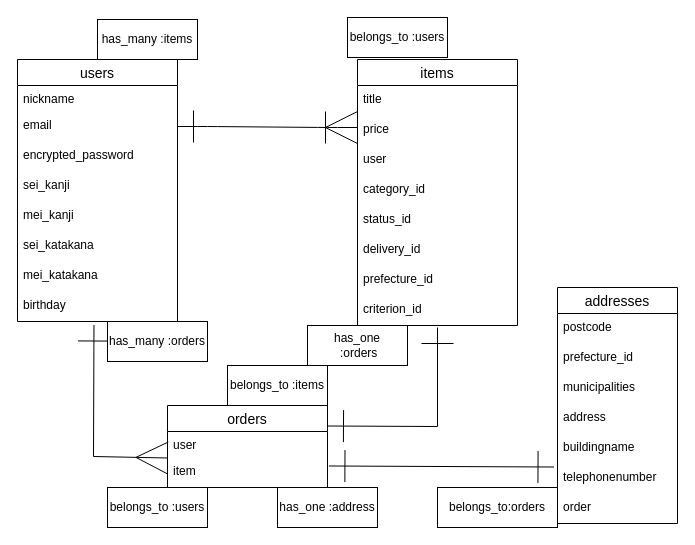
This is test.dio from codegiter1018/furima-38614, a draw.io file, before an edit. Source tidied: cells renumbered, new cells numbered last; positions are measured from the earlier drawing's top-left corner, leaving out a move shared by most shapes. Both pictures are drawn from the tidied source at 100%, with x=0, y=0 at pixel (17, 17).
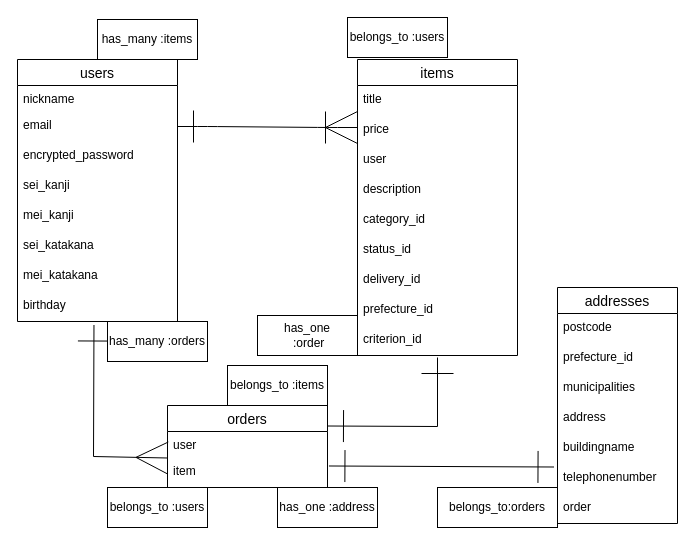
The same diagram, later.

Commit message (it also covers changes not shown here):
データベース設計修正6

The change refers to these unchanged cells:
```xml
<mxCell id="23" value="orders" style="swimlane;fontStyle=0;horizontal=1;startSize=26;align=center;fontSize=14;" parent="1" vertex="1">
  <mxGeometry x="150" y="388" width="160" height="82" as="geometry" />
</mxCell>
```

The edit, as a diff of the source:
```diff
@@
     <mxCell id="11" value="items" style="swimlane;fontStyle=0;horizontal=1;startSize=26;align=center;fontSize=14;" parent="1" vertex="1">
-      <mxGeometry x="340" y="42" width="160" height="266" as="geometry" />
+      <mxGeometry x="340" y="42" width="160" height="296" as="geometry" />
     </mxCell>
@@
+    <mxCell id="43" value="description" style="text;strokeColor=none;fillColor=none;spacingLeft=4;spacingRight=4;overflow=hidden;fontSize=12;" parent="11" vertex="1">
+      <mxGeometry y="116" width="160" height="30" as="geometry" />
+    </mxCell>
     <mxCell id="15" value="category_id" style="text;strokeColor=none;fillColor=none;spacingLeft=4;spacingRight=4;overflow=hidden;fontSize=12;" parent="11" vertex="1">
-      <mxGeometry y="116" width="160" height="30" as="geometry" />
+      <mxGeometry y="146" width="160" height="30" as="geometry" />
     </mxCell>
     <mxCell id="16" value="status_id" style="text;strokeColor=none;fillColor=none;spacingLeft=4;spacingRight=4;overflow=hidden;fontSize=12;" parent="11" vertex="1">
-      <mxGeometry y="146" width="160" height="30" as="geometry" />
+      <mxGeometry y="176" width="160" height="30" as="geometry" />
     </mxCell>
     <mxCell id="17" value="delivery_id" style="text;strokeColor=none;fillColor=none;spacingLeft=4;spacingRight=4;overflow=hidden;fontSize=12;" parent="11" vertex="1">
-      <mxGeometry y="176" width="160" height="30" as="geometry" />
+      <mxGeometry y="206" width="160" height="30" as="geometry" />
     </mxCell>
     <mxCell id="18" value="prefecture_id" style="text;strokeColor=none;fillColor=none;spacingLeft=4;spacingRight=4;overflow=hidden;fontSize=12;" parent="11" vertex="1">
-      <mxGeometry y="206" width="160" height="30" as="geometry" />
+      <mxGeometry y="236" width="160" height="30" as="geometry" />
     </mxCell>
     <mxCell id="19" value="criterion_id" style="text;strokeColor=none;fillColor=none;spacingLeft=4;spacingRight=4;overflow=hidden;fontSize=12;" parent="11" vertex="1">
-      <mxGeometry y="236" width="160" height="30" as="geometry" />
+      <mxGeometry y="266" width="160" height="30" as="geometry" />
     </mxCell>
@@
     <mxCell id="40" style="endArrow=ERone;html=1;rounded=0;startSize=30;endSize=30;exitX=1;exitY=0.25;exitDx=0;exitDy=0;startArrow=ERone;startFill=0;endFill=0;" parent="1" edge="1" source="23">
       <mxGeometry relative="1" as="geometry">
-        <mxPoint x="420" y="310" as="targetPoint" />
+        <mxPoint x="420" y="340" as="targetPoint" />
         <Array as="points">
           <mxPoint x="420" y="409" />
         </Array>
       </mxGeometry>
     </mxCell>
@@
-    <mxCell id="42" value="has_one&lt;br&gt;&amp;nbsp;:orders" style="whiteSpace=wrap;html=1;align=center;" parent="1" vertex="1">
-      <mxGeometry x="290" y="308" width="100" height="40" as="geometry" />
+    <mxCell id="42" value="has_one&lt;br&gt;&amp;nbsp;:order" style="whiteSpace=wrap;html=1;align=center;" parent="1" vertex="1">
+      <mxGeometry x="240" y="298" width="100" height="40" as="geometry" />
     </mxCell>
```
